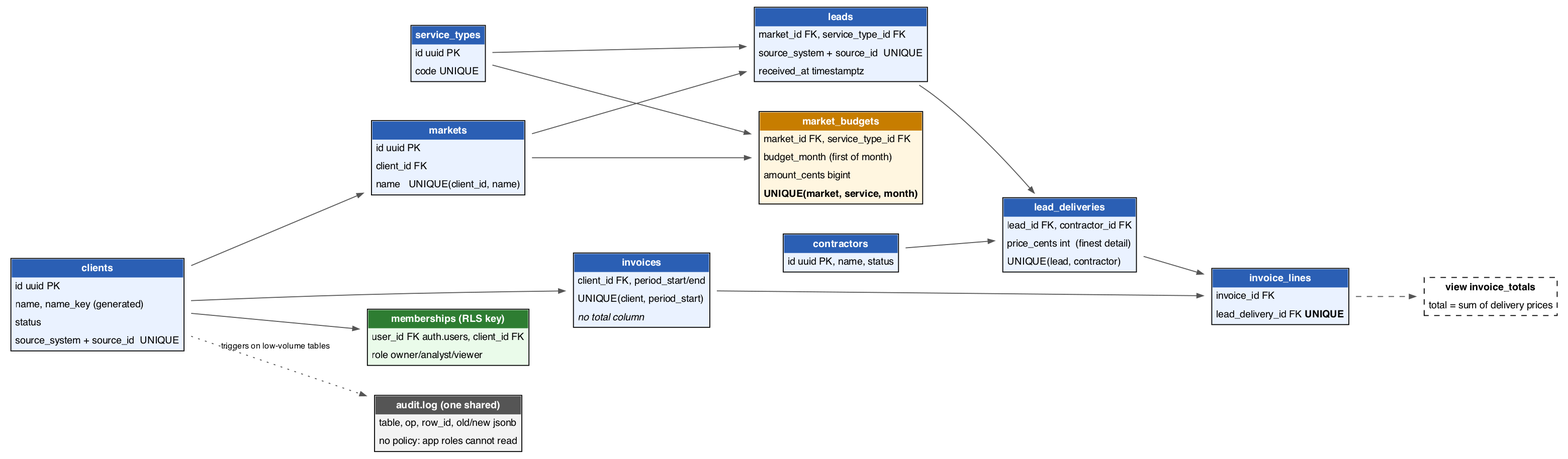
Before: docs/erd.png, a diagram exported from Graphviz (imjahanzaib/leadgen-db-reference). Its source is kept beside it as docs/erd.dot.
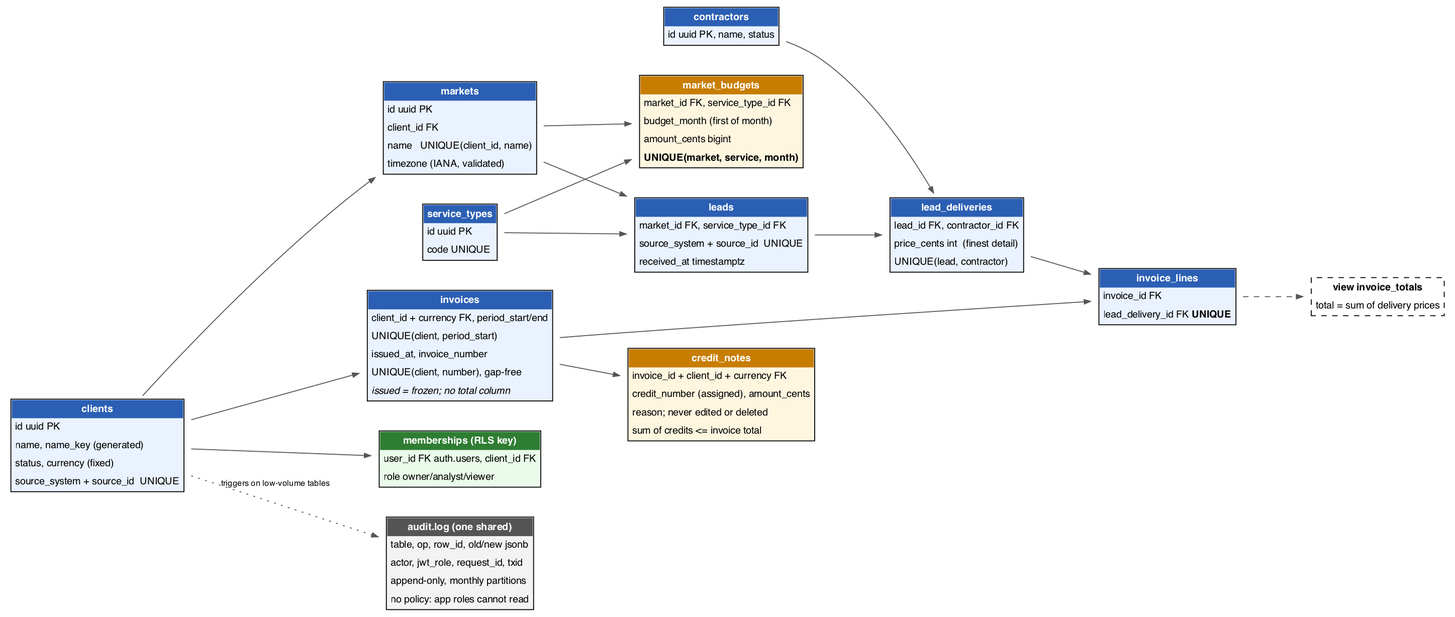
After the change.

Commit message:
Billing integrity: frozen invoices, gap-free numbers, currency, credit notes; upgrade-path and concurrency tests

Change to the diagram source:
```diff
@@ -2,19 +2,20 @@
   rankdir=LR; bgcolor="white"; nodesep=0.35; ranksep=0.9;
   node [shape=plaintext, fontname="Helvetica", fontsize=11];
   edge [color="#555555", arrowsize=0.7, fontname="Helvetica", fontsize=9];
-  clients [label=<<table border="1" cellborder="0" cellspacing="0" cellpadding="4" bgcolor="#EAF2FF"><tr><td bgcolor="#2B5FB4"><font color="white"><b>clients</b></font></td></tr><tr><td align="left">id uuid PK</td></tr><tr><td align="left">name, name_key (generated)</td></tr><tr><td align="left">status</td></tr><tr><td align="left">source_system + source_id  UNIQUE</td></tr></table>>];
-  markets [label=<<table border="1" cellborder="0" cellspacing="0" cellpadding="4" bgcolor="#EAF2FF"><tr><td bgcolor="#2B5FB4"><font color="white"><b>markets</b></font></td></tr><tr><td align="left">id uuid PK</td></tr><tr><td align="left">client_id FK</td></tr><tr><td align="left">name   UNIQUE(client_id, name)</td></tr></table>>];
+  clients [label=<<table border="1" cellborder="0" cellspacing="0" cellpadding="4" bgcolor="#EAF2FF"><tr><td bgcolor="#2B5FB4"><font color="white"><b>clients</b></font></td></tr><tr><td align="left">id uuid PK</td></tr><tr><td align="left">name, name_key (generated)</td></tr><tr><td align="left">status, currency (fixed)</td></tr><tr><td align="left">source_system + source_id  UNIQUE</td></tr></table>>];
+  markets [label=<<table border="1" cellborder="0" cellspacing="0" cellpadding="4" bgcolor="#EAF2FF"><tr><td bgcolor="#2B5FB4"><font color="white"><b>markets</b></font></td></tr><tr><td align="left">id uuid PK</td></tr><tr><td align="left">client_id FK</td></tr><tr><td align="left">name   UNIQUE(client_id, name)</td></tr><tr><td align="left">timezone (IANA, validated)</td></tr></table>>];
   service_types [label=<<table border="1" cellborder="0" cellspacing="0" cellpadding="4" bgcolor="#EAF2FF"><tr><td bgcolor="#2B5FB4"><font color="white"><b>service_types</b></font></td></tr><tr><td align="left">id uuid PK</td></tr><tr><td align="left">code UNIQUE</td></tr></table>>];
   market_budgets [label=<<table border="1" cellborder="0" cellspacing="0" cellpadding="4" bgcolor="#FFF6E0"><tr><td bgcolor="#C77D00"><font color="white"><b>market_budgets</b></font></td></tr><tr><td align="left">market_id FK, service_type_id FK</td></tr><tr><td align="left">budget_month (first of month)</td></tr><tr><td align="left">amount_cents bigint</td></tr><tr><td align="left"><b>UNIQUE(market, service, month)</b></td></tr></table>>];
   leads [label=<<table border="1" cellborder="0" cellspacing="0" cellpadding="4" bgcolor="#EAF2FF"><tr><td bgcolor="#2B5FB4"><font color="white"><b>leads</b></font></td></tr><tr><td align="left">market_id FK, service_type_id FK</td></tr><tr><td align="left">source_system + source_id  UNIQUE</td></tr><tr><td align="left">received_at timestamptz</td></tr></table>>];
   contractors [label=<<table border="1" cellborder="0" cellspacing="0" cellpadding="4" bgcolor="#EAF2FF"><tr><td bgcolor="#2B5FB4"><font color="white"><b>contractors</b></font></td></tr><tr><td align="left">id uuid PK, name, status</td></tr></table>>];
   lead_deliveries [label=<<table border="1" cellborder="0" cellspacing="0" cellpadding="4" bgcolor="#EAF2FF"><tr><td bgcolor="#2B5FB4"><font color="white"><b>lead_deliveries</b></font></td></tr><tr><td align="left">lead_id FK, contractor_id FK</td></tr><tr><td align="left">price_cents int  (finest detail)</td></tr><tr><td align="left">UNIQUE(lead, contractor)</td></tr></table>>];
-  invoices [label=<<table border="1" cellborder="0" cellspacing="0" cellpadding="4" bgcolor="#EAF2FF"><tr><td bgcolor="#2B5FB4"><font color="white"><b>invoices</b></font></td></tr><tr><td align="left">client_id FK, period_start/end</td></tr><tr><td align="left">UNIQUE(client, period_start)</td></tr><tr><td align="left"><i>no total column</i></td></tr></table>>];
+  invoices [label=<<table border="1" cellborder="0" cellspacing="0" cellpadding="4" bgcolor="#EAF2FF"><tr><td bgcolor="#2B5FB4"><font color="white"><b>invoices</b></font></td></tr><tr><td align="left">client_id + currency FK, period_start/end</td></tr><tr><td align="left">UNIQUE(client, period_start)</td></tr><tr><td align="left">issued_at, invoice_number</td></tr><tr><td align="left">UNIQUE(client, number), gap-free</td></tr><tr><td align="left"><i>issued = frozen; no total column</i></td></tr></table>>];
   invoice_lines [label=<<table border="1" cellborder="0" cellspacing="0" cellpadding="4" bgcolor="#EAF2FF"><tr><td bgcolor="#2B5FB4"><font color="white"><b>invoice_lines</b></font></td></tr><tr><td align="left">invoice_id FK</td></tr><tr><td align="left">lead_delivery_id FK <b>UNIQUE</b></td></tr></table>>];
   memberships [label=<<table border="1" cellborder="0" cellspacing="0" cellpadding="4" bgcolor="#EAFBEA"><tr><td bgcolor="#2E7D32"><font color="white"><b>memberships (RLS key)</b></font></td></tr><tr><td align="left">user_id FK auth.users, client_id FK</td></tr><tr><td align="left">role owner/analyst/viewer</td></tr></table>>];
-  audit [label=<<table border="1" cellborder="0" cellspacing="0" cellpadding="4" bgcolor="#F3F3F3"><tr><td bgcolor="#555555"><font color="white"><b>audit.log (one shared)</b></font></td></tr><tr><td align="left">table, op, row_id, old/new jsonb</td></tr><tr><td align="left">no policy: app roles cannot read</td></tr></table>>];
+  audit [label=<<table border="1" cellborder="0" cellspacing="0" cellpadding="4" bgcolor="#F3F3F3"><tr><td bgcolor="#555555"><font color="white"><b>audit.log (one shared)</b></font></td></tr><tr><td align="left">table, op, row_id, old/new jsonb</td></tr><tr><td align="left">actor, jwt_role, request_id, txid</td></tr><tr><td align="left">append-only, monthly partitions</td></tr><tr><td align="left">no policy: app roles cannot read</td></tr></table>>];
+  credit_notes [label=<<table border="1" cellborder="0" cellspacing="0" cellpadding="4" bgcolor="#FFF6E0"><tr><td bgcolor="#C77D00"><font color="white"><b>credit_notes</b></font></td></tr><tr><td align="left">invoice_id + client_id + currency FK</td></tr><tr><td align="left">credit_number (assigned), amount_cents</td></tr><tr><td align="left">reason; never edited or deleted</td></tr><tr><td align="left">sum of credits &lt;= invoice total</td></tr></table>>];
   invoice_totals [label=<<table border="1" cellborder="0" cellspacing="0" cellpadding="4" bgcolor="#FFFFFF" style="dashed"><tr><td><b>view invoice_totals</b></td></tr><tr><td align="left">total = sum of delivery prices</td></tr></table>>];
   clients -> markets; markets -> market_budgets; service_types -> market_budgets; markets -> leads; service_types -> leads;
   leads -> lead_deliveries; contractors -> lead_deliveries; clients -> invoices; invoices -> invoice_lines; lead_deliveries -> invoice_lines;
-  clients -> memberships; invoice_lines -> invoice_totals [style=dashed]; clients -> audit [style=dotted, label="triggers on low-volume tables"];
+  invoices -> credit_notes; clients -> memberships; invoice_lines -> invoice_totals [style=dashed]; clients -> audit [style=dotted, label="triggers on low-volume tables"];
 }
```
